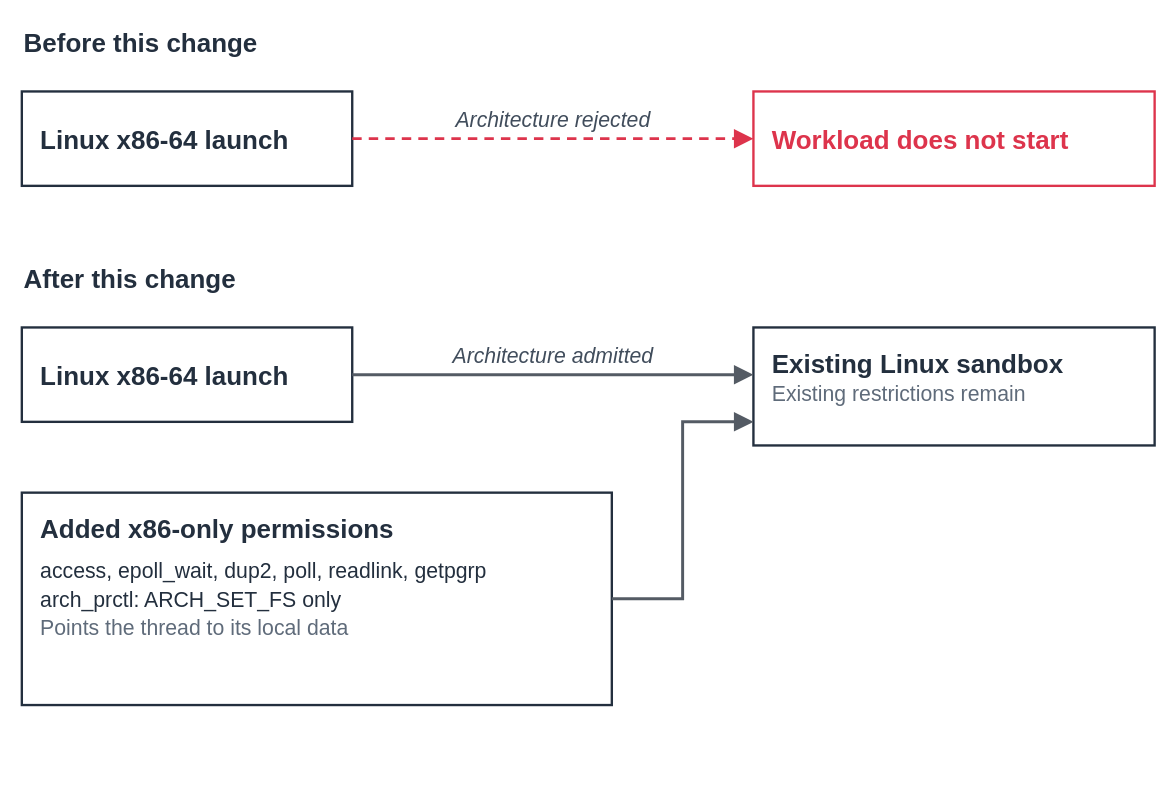
Above: docs/design/images/linux-x86-runtime-startup.drawio in strands-agents/box (draw.io), before the change. Source tidied: cells renumbered, new cells numbered last; positions are measured from the earlier drawing's top-left corner, leaving out a move shared by most shapes. Both pictures are drawn from the tidied source at 118%, with x=0, y=0 at pixel (21, 20).
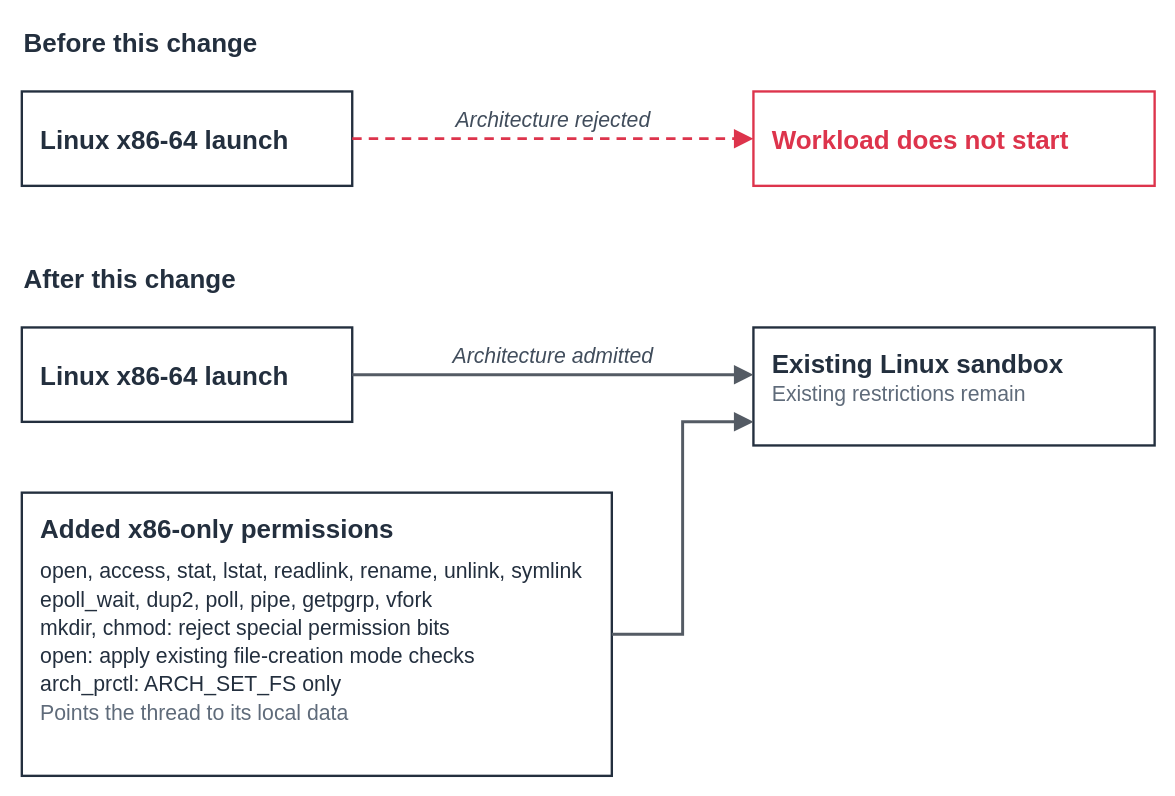
The same page after the edit.

What changed in the source:
```diff
@@
 <mxGraphModel background="#ffffff">
   <root>
     <mxCell id="0" />
     <mxCell id="1" parent="0" />
     <mxCell id="2" value="&lt;div style=&quot;font-size:22px;line-height:26.4px;font-weight:bold&quot;&gt;Before this change&lt;/div&gt;" style="text;html=1;whiteSpace=nowrap;align=left;verticalAlign=top;strokeColor=none;fillColor=none;fontSize=22;fontStyle=1;fontColor=#232F3E;fontFamily=Arial,Helvetica,sans-serif;" parent="1" vertex="1">
       <mxGeometry width="960" height="40" as="geometry" />
     </mxCell>
     <mxCell id="3" value="&lt;div style=&quot;font-size:22px;line-height:26.4px;font-weight:bold&quot;&gt;After this change&lt;/div&gt;" style="text;html=1;whiteSpace=nowrap;align=left;verticalAlign=top;strokeColor=none;fillColor=none;fontSize=22;fontStyle=1;fontColor=#232F3E;fontFamily=Arial,Helvetica,sans-serif;" parent="1" vertex="1">
       <mxGeometry y="200" width="960" height="40" as="geometry" />
     </mxCell>
     <mxCell id="4" value="&lt;div style=&quot;font-size:22px;line-height:26.4px;font-weight:bold&quot;&gt;Linux x86-64 launch&lt;/div&gt;" style="rounded=0;html=1;whiteSpace=nowrap;fillColor=none;strokeWidth=2;dashed=0;verticalAlign=top;align=left;spacing=0;spacingLeft=16;fontSize=14;fontStyle=1;fontFamily=Arial,Helvetica,sans-serif;strokeColor=#232F3E;fontColor=#232F3E;spacingTop=24;" parent="1" vertex="1">
       <mxGeometry y="60" width="280" height="80" as="geometry" />
     </mxCell>
     <mxCell id="5" value="&lt;div style=&quot;font-size:22px;line-height:26.4px;font-weight:bold&quot;&gt;Workload does not start&lt;/div&gt;" style="rounded=0;html=1;whiteSpace=nowrap;fillColor=none;strokeWidth=2;dashed=0;verticalAlign=top;align=left;spacing=0;spacingLeft=16;fontSize=14;fontStyle=1;fontFamily=Arial,Helvetica,sans-serif;strokeColor=#DD344C;fontColor=#DD344C;spacingTop=24;" parent="1" vertex="1">
       <mxGeometry x="620" y="60" width="340" height="80" as="geometry" />
     </mxCell>
     <mxCell id="6" value="&lt;div style=&quot;font-size:22px;line-height:26.4px;font-weight:bold&quot;&gt;Linux x86-64 launch&lt;/div&gt;" style="rounded=0;html=1;whiteSpace=nowrap;fillColor=none;strokeWidth=2;dashed=0;verticalAlign=top;align=left;spacing=0;spacingLeft=16;fontSize=14;fontStyle=1;fontFamily=Arial,Helvetica,sans-serif;strokeColor=#232F3E;fontColor=#232F3E;spacingTop=24;" parent="1" vertex="1">
       <mxGeometry y="260" width="280" height="80" as="geometry" />
     </mxCell>
     <mxCell id="7" value="&lt;div style=&quot;font-size:22px;line-height:26.4px;font-weight:bold&quot;&gt;Existing Linux sandbox&lt;/div&gt;&lt;div style=&quot;font-size:18px;line-height:24px;font-weight:normal;color:#5F6B7A&quot;&gt;Existing restrictions remain&lt;/div&gt;" style="rounded=0;html=1;whiteSpace=nowrap;fillColor=none;strokeWidth=2;dashed=0;verticalAlign=top;align=left;spacing=0;spacingLeft=16;fontSize=14;fontStyle=1;fontFamily=Arial,Helvetica,sans-serif;strokeColor=#232F3E;fontColor=#232F3E;spacingTop=14;" parent="1" vertex="1">
       <mxGeometry x="620" y="260" width="340" height="100" as="geometry" />
     </mxCell>
-    <mxCell id="8" value="&lt;div style=&quot;font-size:22px;line-height:26.4px;font-weight:bold&quot;&gt;Added x86-only permissions&lt;/div&gt;&lt;div style=&quot;height:10px&quot;&gt;&lt;/div&gt;&lt;div style=&quot;font-size:18px;line-height:24px;font-weight:normal&quot;&gt;access, epoll_wait, dup2, poll, readlink, getpgrp&lt;/div&gt;&lt;div style=&quot;font-size:18px;line-height:24px;font-weight:normal&quot;&gt;arch_prctl: ARCH_SET_FS only&lt;/div&gt;&lt;div style=&quot;font-size:18px;line-height:24px;font-weight:normal;color:#5F6B7A&quot;&gt;Points the thread to its local data&lt;/div&gt;" style="rounded=0;html=1;whiteSpace=nowrap;fillColor=none;strokeWidth=2;dashed=0;verticalAlign=top;align=left;spacing=0;spacingLeft=16;fontSize=14;fontStyle=1;fontFamily=Arial,Helvetica,sans-serif;strokeColor=#232F3E;fontColor=#232F3E;spacingTop=14;" parent="1" vertex="1">
-      <mxGeometry y="400" width="500" height="180" as="geometry" />
+    <mxCell id="8" value="&lt;div style=&quot;font-size:22px;line-height:26.4px;font-weight:bold&quot;&gt;Added x86-only permissions&lt;/div&gt;&lt;div style=&quot;height:10px&quot;&gt;&lt;/div&gt;&lt;div style=&quot;font-size:18px;line-height:24px;font-weight:normal&quot;&gt;open, access, stat, lstat, readlink, rename, unlink, symlink&lt;/div&gt;&lt;div style=&quot;font-size:18px;line-height:24px;font-weight:normal&quot;&gt;epoll_wait, dup2, poll, pipe, getpgrp, vfork&lt;/div&gt;&lt;div style=&quot;font-size:18px;line-height:24px;font-weight:normal&quot;&gt;mkdir, chmod: reject special permission bits&lt;/div&gt;&lt;div style=&quot;font-size:18px;line-height:24px;font-weight:normal&quot;&gt;open: apply existing file-creation mode checks&lt;/div&gt;&lt;div style=&quot;font-size:18px;line-height:24px;font-weight:normal&quot;&gt;arch_prctl: ARCH_SET_FS only&lt;/div&gt;&lt;div style=&quot;font-size:18px;line-height:24px;font-weight:normal;color:#5F6B7A&quot;&gt;Points the thread to its local data&lt;/div&gt;" style="rounded=0;html=1;whiteSpace=nowrap;fillColor=none;strokeWidth=2;dashed=0;verticalAlign=top;align=left;spacing=0;spacingLeft=16;fontSize=14;fontStyle=1;fontFamily=Arial,Helvetica,sans-serif;strokeColor=#232F3E;fontColor=#232F3E;spacingTop=14;" parent="1" vertex="1">
+      <mxGeometry y="400" width="500" height="240" as="geometry" />
     </mxCell>
     <mxCell id="9" value="Architecture rejected" style="edgeStyle=orthogonalEdgeStyle;rounded=0;html=1;strokeWidth=2.5;endArrow=block;endFill=1;endSize=10;startArrow=none;exitX=1;exitY=0.5;exitDx=0;exitDy=0;entryX=0;entryY=0.5;entryDx=0;entryDy=0;fontSize=18;fontStyle=2;fontColor=#414D5C;labelBackgroundColor=none;fontFamily=Arial,Helvetica,sans-serif;strokeColor=#DD344C;dashed=1;dashPattern=8 6;fixDash=1;" parent="1" edge="1" source="4" target="5">
       <mxGeometry relative="1" as="geometry">
         <Array as="points">
           <mxPoint x="450" y="100" />
         </Array>
         <mxPoint y="-15" as="offset" />
       </mxGeometry>
     </mxCell>
     <mxCell id="10" value="Architecture admitted" style="edgeStyle=orthogonalEdgeStyle;rounded=0;html=1;strokeWidth=2.5;endArrow=block;endFill=1;endSize=10;startArrow=none;exitX=1;exitY=0.5;exitDx=0;exitDy=0;entryX=0;entryY=0.4;entryDx=0;entryDy=0;fontSize=18;fontStyle=2;fontColor=#414D5C;labelBackgroundColor=none;fontFamily=Arial,Helvetica,sans-serif;strokeColor=#545B64;dashed=0;" parent="1" edge="1" source="6" target="7">
       <mxGeometry relative="1" as="geometry">
         <Array as="points">
           <mxPoint x="450" y="300" />
         </Array>
         <mxPoint y="-15" as="offset" />
       </mxGeometry>
     </mxCell>
     <mxCell id="11" style="edgeStyle=orthogonalEdgeStyle;rounded=0;html=1;strokeWidth=2.5;endArrow=block;endFill=1;endSize=10;startArrow=none;exitX=1;exitY=0.5;exitDx=0;exitDy=0;entryX=0;entryY=0.8;entryDx=0;entryDy=0;fontSize=18;fontStyle=2;fontColor=#414D5C;labelBackgroundColor=none;fontFamily=Arial,Helvetica,sans-serif;strokeColor=#545B64;dashed=0;" parent="1" edge="1" source="8" target="7">
       <mxGeometry relative="1" as="geometry">
         <Array as="points">
-          <mxPoint x="560" y="490" />
+          <mxPoint x="560" y="520" />
           <mxPoint x="560" y="340" />
         </Array>
         <mxPoint y="-15" as="offset" />
       </mxGeometry>
     </mxCell>
   </root>
 </mxGraphModel>
```
